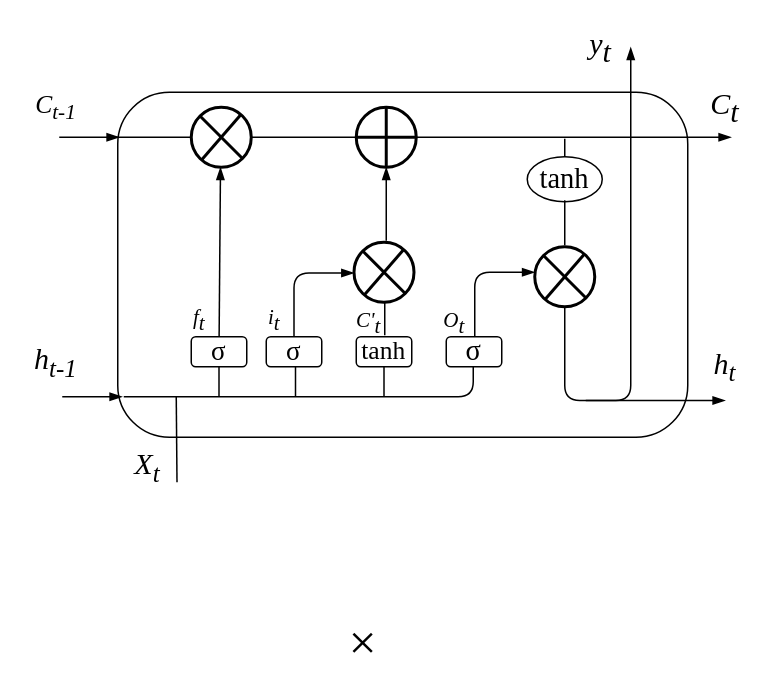
Above: LSTMandGRU.drawio in ByronGe/ff (draw.io), before the change. Source tidied: cells renumbered, new cells numbered last; positions are measured from the earlier drawing's top-left corner, leaving out a move shared by most shapes. Both pictures are drawn from the tidied source at 150%, with x=0, y=0 at pixel (26, 32).
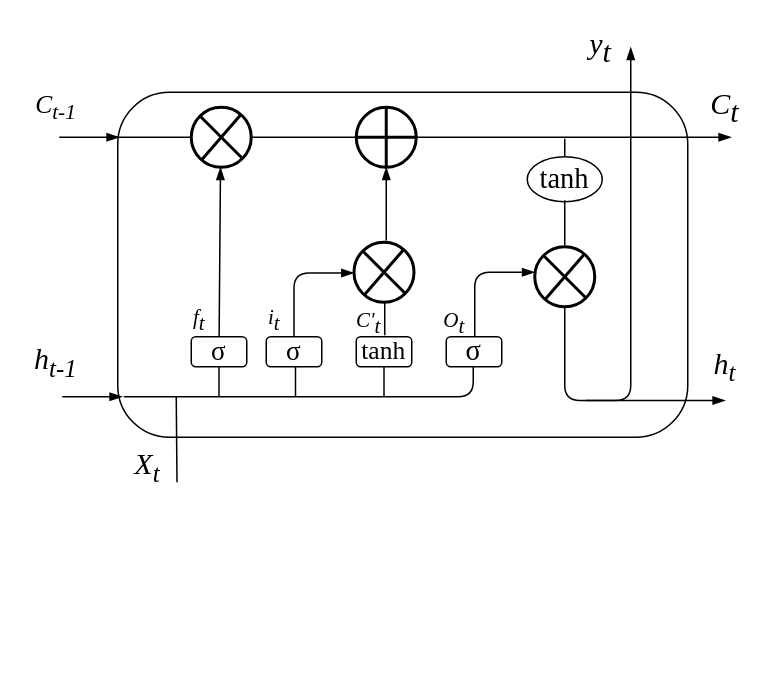
The same diagram, later.

Diff of the diagram source:
```diff
@@
-    <mxCell id="35" value="&lt;font style=&quot;font-size: 33px&quot;&gt;×&lt;/font&gt;" style="text;html=1;align=center;verticalAlign=middle;fontFamily=Times New Roman;fontStyle=2;" parent="1" vertex="1">
-      <mxGeometry x="204" y="392" width="40" height="30" as="geometry" />
-    </mxCell>
```
